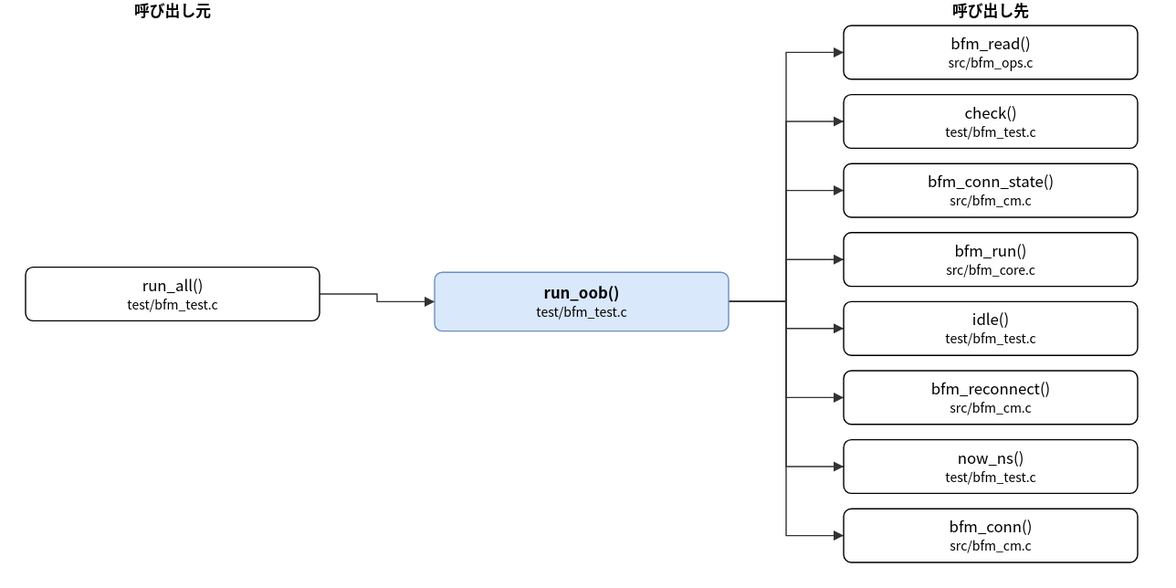
The draw.io diagram doc/spec/images/call_test_bfm_test-run_oob.drawio.svg in hf355051012-ai/bfmem, before a commit. Source tidied: cells renumbered, new cells last; positions are measured from the earlier drawing's top-left corner, leaving out a move shared by most shapes. Its diagram source:
```xml
<mxGraphModel>
  <root>
    <mxCell id="0" />
    <mxCell id="1" parent="0" />
    <mxCell id="2" value="run_oob()&lt;br&gt;&lt;font style=&quot;font-size:10px&quot;&gt;test/bfm_test.c&lt;/font&gt;" style="rounded=1;whiteSpace=wrap;html=1;fillColor=#dae8fc;strokeColor=#6c8ebf;fontStyle=1;" parent="1" vertex="1">
      <mxGeometry x="320" y="213" width="230" height="46" as="geometry" />
    </mxCell>
    <mxCell id="3" value="run_all()&lt;br&gt;&lt;font style=&quot;font-size:10px&quot;&gt;test/bfm_test.c&lt;/font&gt;" style="rounded=1;whiteSpace=wrap;html=1;" parent="1" vertex="1">
      <mxGeometry y="209" width="230" height="42" as="geometry" />
    </mxCell>
    <mxCell id="4" value="bfm_read()&lt;br&gt;&lt;font style=&quot;font-size:10px&quot;&gt;src/bfm_ops.c&lt;/font&gt;" style="rounded=1;whiteSpace=wrap;html=1;" parent="1" vertex="1">
      <mxGeometry x="640" y="20" width="230" height="42" as="geometry" />
    </mxCell>
    <mxCell id="5" value="check()&lt;br&gt;&lt;font style=&quot;font-size:10px&quot;&gt;test/bfm_test.c&lt;/font&gt;" style="rounded=1;whiteSpace=wrap;html=1;" parent="1" vertex="1">
      <mxGeometry x="640" y="74" width="230" height="42" as="geometry" />
    </mxCell>
    <mxCell id="6" value="bfm_conn_state()&lt;br&gt;&lt;font style=&quot;font-size:10px&quot;&gt;src/bfm_cm.c&lt;/font&gt;" style="rounded=1;whiteSpace=wrap;html=1;" parent="1" vertex="1">
      <mxGeometry x="640" y="128" width="230" height="42" as="geometry" />
    </mxCell>
    <mxCell id="7" value="bfm_run()&lt;br&gt;&lt;font style=&quot;font-size:10px&quot;&gt;src/bfm_core.c&lt;/font&gt;" style="rounded=1;whiteSpace=wrap;html=1;" parent="1" vertex="1">
      <mxGeometry x="640" y="182" width="230" height="42" as="geometry" />
    </mxCell>
    <mxCell id="8" value="idle()&lt;br&gt;&lt;font style=&quot;font-size:10px&quot;&gt;test/bfm_test.c&lt;/font&gt;" style="rounded=1;whiteSpace=wrap;html=1;" parent="1" vertex="1">
      <mxGeometry x="640" y="236" width="230" height="42" as="geometry" />
    </mxCell>
    <mxCell id="9" value="bfm_reconnect()&lt;br&gt;&lt;font style=&quot;font-size:10px&quot;&gt;src/bfm_cm.c&lt;/font&gt;" style="rounded=1;whiteSpace=wrap;html=1;" parent="1" vertex="1">
      <mxGeometry x="640" y="290" width="230" height="42" as="geometry" />
    </mxCell>
    <mxCell id="10" value="now_ns()&lt;br&gt;&lt;font style=&quot;font-size:10px&quot;&gt;test/bfm_test.c&lt;/font&gt;" style="rounded=1;whiteSpace=wrap;html=1;" parent="1" vertex="1">
      <mxGeometry x="640" y="344" width="230" height="42" as="geometry" />
    </mxCell>
    <mxCell id="11" value="bfm_conn()&lt;br&gt;&lt;font style=&quot;font-size:10px&quot;&gt;src/bfm_cm.c&lt;/font&gt;" style="rounded=1;whiteSpace=wrap;html=1;" parent="1" vertex="1">
      <mxGeometry x="640" y="398" width="230" height="42" as="geometry" />
    </mxCell>
    <mxCell id="12" style="edgeStyle=none;html=1;rounded=0;endArrow=block;endFill=1;exitX=1.0000;exitY=0.5000;exitDx=0;exitDy=0;exitPerimeter=0;entryX=0.0000;entryY=0.5000;entryDx=0;entryDy=0;entryPerimeter=0;" parent="1" edge="1" source="3" target="2">
      <mxGeometry relative="1" as="geometry">
        <Array as="points">
          <mxPoint x="275" y="230" />
          <mxPoint x="275" y="236" />
        </Array>
      </mxGeometry>
    </mxCell>
    <mxCell id="13" style="edgeStyle=none;html=1;rounded=0;endArrow=block;endFill=1;exitX=1.0000;exitY=0.5000;exitDx=0;exitDy=0;exitPerimeter=0;entryX=0.0000;entryY=0.5000;entryDx=0;entryDy=0;entryPerimeter=0;" parent="1" edge="1" source="2" target="4">
      <mxGeometry relative="1" as="geometry">
        <Array as="points">
          <mxPoint x="595" y="236" />
          <mxPoint x="595" y="41" />
        </Array>
      </mxGeometry>
    </mxCell>
    <mxCell id="14" style="edgeStyle=none;html=1;rounded=0;endArrow=block;endFill=1;exitX=1.0000;exitY=0.5000;exitDx=0;exitDy=0;exitPerimeter=0;entryX=0.0000;entryY=0.5000;entryDx=0;entryDy=0;entryPerimeter=0;" parent="1" edge="1" source="2" target="5">
      <mxGeometry relative="1" as="geometry">
        <Array as="points">
          <mxPoint x="595" y="236" />
          <mxPoint x="595" y="95" />
        </Array>
      </mxGeometry>
    </mxCell>
    <mxCell id="15" style="edgeStyle=none;html=1;rounded=0;endArrow=block;endFill=1;exitX=1.0000;exitY=0.5000;exitDx=0;exitDy=0;exitPerimeter=0;entryX=0.0000;entryY=0.5000;entryDx=0;entryDy=0;entryPerimeter=0;" parent="1" edge="1" source="2" target="6">
      <mxGeometry relative="1" as="geometry">
        <Array as="points">
          <mxPoint x="595" y="236" />
          <mxPoint x="595" y="149" />
        </Array>
      </mxGeometry>
    </mxCell>
    <mxCell id="16" style="edgeStyle=none;html=1;rounded=0;endArrow=block;endFill=1;exitX=1.0000;exitY=0.5000;exitDx=0;exitDy=0;exitPerimeter=0;entryX=0.0000;entryY=0.5000;entryDx=0;entryDy=0;entryPerimeter=0;" parent="1" edge="1" source="2" target="7">
      <mxGeometry relative="1" as="geometry">
        <Array as="points">
          <mxPoint x="595" y="236" />
          <mxPoint x="595" y="203" />
        </Array>
      </mxGeometry>
    </mxCell>
    <mxCell id="17" style="edgeStyle=none;html=1;rounded=0;endArrow=block;endFill=1;exitX=1.0000;exitY=0.5000;exitDx=0;exitDy=0;exitPerimeter=0;entryX=0.0000;entryY=0.5000;entryDx=0;entryDy=0;entryPerimeter=0;" parent="1" edge="1" source="2" target="8">
      <mxGeometry relative="1" as="geometry">
        <Array as="points">
          <mxPoint x="595" y="236" />
          <mxPoint x="595" y="257" />
        </Array>
      </mxGeometry>
    </mxCell>
    <mxCell id="18" style="edgeStyle=none;html=1;rounded=0;endArrow=block;endFill=1;exitX=1.0000;exitY=0.5000;exitDx=0;exitDy=0;exitPerimeter=0;entryX=0.0000;entryY=0.5000;entryDx=0;entryDy=0;entryPerimeter=0;" parent="1" edge="1" source="2" target="9">
      <mxGeometry relative="1" as="geometry">
        <Array as="points">
          <mxPoint x="595" y="236" />
          <mxPoint x="595" y="311" />
        </Array>
      </mxGeometry>
    </mxCell>
    <mxCell id="19" style="edgeStyle=none;html=1;rounded=0;endArrow=block;endFill=1;exitX=1.0000;exitY=0.5000;exitDx=0;exitDy=0;exitPerimeter=0;entryX=0.0000;entryY=0.5000;entryDx=0;entryDy=0;entryPerimeter=0;" parent="1" edge="1" source="2" target="10">
      <mxGeometry relative="1" as="geometry">
        <Array as="points">
          <mxPoint x="595" y="236" />
          <mxPoint x="595" y="365" />
        </Array>
      </mxGeometry>
    </mxCell>
    <mxCell id="20" style="edgeStyle=none;html=1;rounded=0;endArrow=block;endFill=1;exitX=1.0000;exitY=0.5000;exitDx=0;exitDy=0;exitPerimeter=0;entryX=0.0000;entryY=0.5000;entryDx=0;entryDy=0;entryPerimeter=0;" parent="1" edge="1" source="2" target="11">
      <mxGeometry relative="1" as="geometry">
        <Array as="points">
          <mxPoint x="595" y="236" />
          <mxPoint x="595" y="419" />
        </Array>
      </mxGeometry>
    </mxCell>
    <mxCell id="21" value="呼び出し元" style="text;html=1;align=center;fontStyle=1;" parent="1" vertex="1">
      <mxGeometry x="35" width="160" height="18" as="geometry" />
    </mxCell>
    <mxCell id="22" value="呼び出し先" style="text;html=1;align=center;fontStyle=1;" parent="1" vertex="1">
      <mxGeometry x="675" width="160" height="18" as="geometry" />
    </mxCell>
  </root>
</mxGraphModel>
```
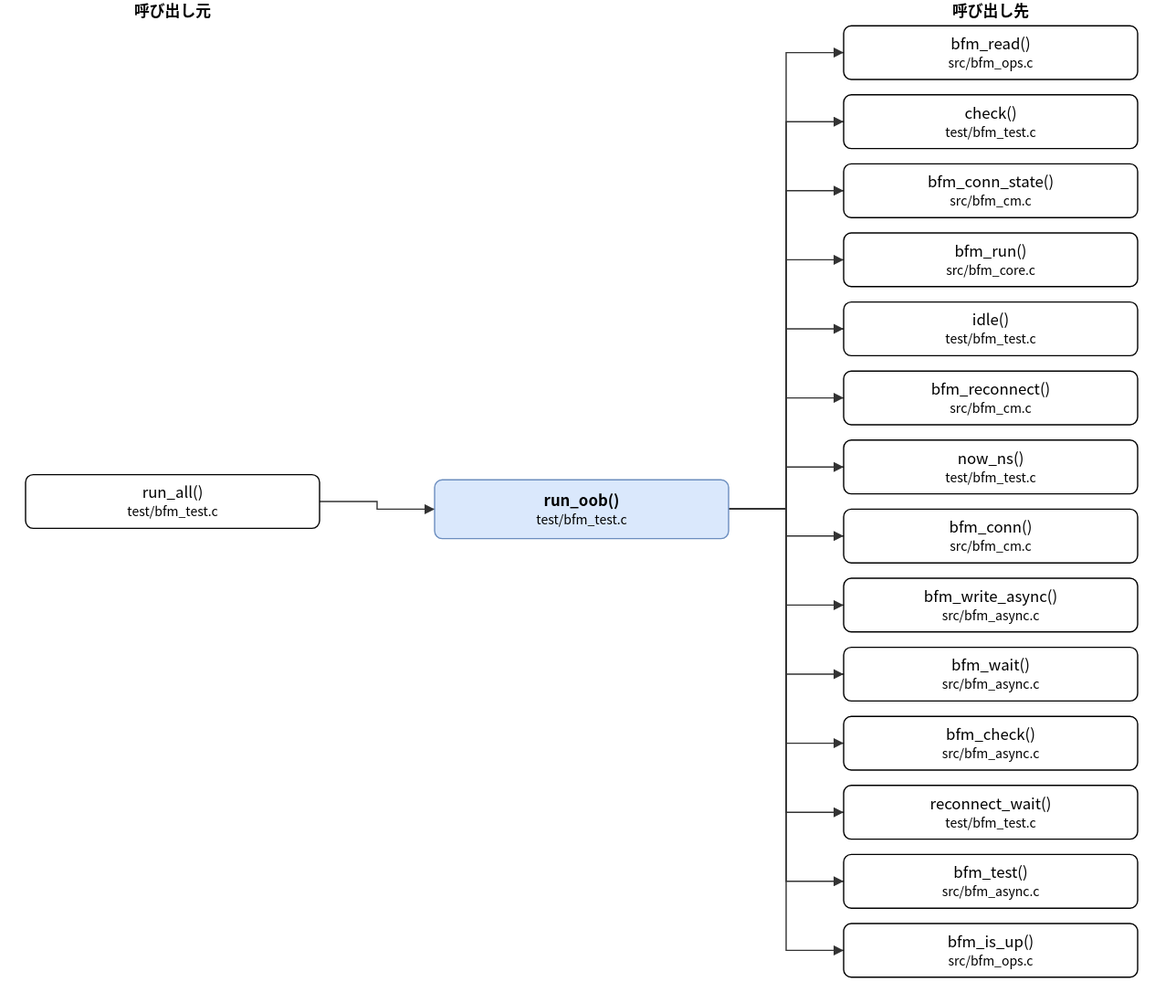
After the change.

The edit, as a diff of the source:
```diff
@@ -3,10 +3,10 @@
     <mxCell id="0" />
     <mxCell id="1" parent="0" />
     <mxCell id="2" value="run_oob()&lt;br&gt;&lt;font style=&quot;font-size:10px&quot;&gt;test/bfm_test.c&lt;/font&gt;" style="rounded=1;whiteSpace=wrap;html=1;fillColor=#dae8fc;strokeColor=#6c8ebf;fontStyle=1;" parent="1" vertex="1">
-      <mxGeometry x="320" y="213" width="230" height="46" as="geometry" />
+      <mxGeometry x="320" y="375" width="230" height="46" as="geometry" />
     </mxCell>
     <mxCell id="3" value="run_all()&lt;br&gt;&lt;font style=&quot;font-size:10px&quot;&gt;test/bfm_test.c&lt;/font&gt;" style="rounded=1;whiteSpace=wrap;html=1;" parent="1" vertex="1">
-      <mxGeometry y="209" width="230" height="42" as="geometry" />
+      <mxGeometry y="371" width="230" height="42" as="geometry" />
     </mxCell>
     <mxCell id="4" value="bfm_read()&lt;br&gt;&lt;font style=&quot;font-size:10px&quot;&gt;src/bfm_ops.c&lt;/font&gt;" style="rounded=1;whiteSpace=wrap;html=1;" parent="1" vertex="1">
       <mxGeometry x="640" y="20" width="230" height="42" as="geometry" />
@@ -32,18 +32,36 @@
     <mxCell id="11" value="bfm_conn()&lt;br&gt;&lt;font style=&quot;font-size:10px&quot;&gt;src/bfm_cm.c&lt;/font&gt;" style="rounded=1;whiteSpace=wrap;html=1;" parent="1" vertex="1">
       <mxGeometry x="640" y="398" width="230" height="42" as="geometry" />
     </mxCell>
+    <mxCell id="23" value="bfm_write_async()&lt;br&gt;&lt;font style=&quot;font-size:10px&quot;&gt;src/bfm_async.c&lt;/font&gt;" style="rounded=1;whiteSpace=wrap;html=1;" parent="1" vertex="1">
+      <mxGeometry x="640" y="452" width="230" height="42" as="geometry" />
+    </mxCell>
+    <mxCell id="24" value="bfm_wait()&lt;br&gt;&lt;font style=&quot;font-size:10px&quot;&gt;src/bfm_async.c&lt;/font&gt;" style="rounded=1;whiteSpace=wrap;html=1;" parent="1" vertex="1">
+      <mxGeometry x="640" y="506" width="230" height="42" as="geometry" />
+    </mxCell>
+    <mxCell id="25" value="bfm_check()&lt;br&gt;&lt;font style=&quot;font-size:10px&quot;&gt;src/bfm_async.c&lt;/font&gt;" style="rounded=1;whiteSpace=wrap;html=1;" parent="1" vertex="1">
+      <mxGeometry x="640" y="560" width="230" height="42" as="geometry" />
+    </mxCell>
+    <mxCell id="26" value="reconnect_wait()&lt;br&gt;&lt;font style=&quot;font-size:10px&quot;&gt;test/bfm_test.c&lt;/font&gt;" style="rounded=1;whiteSpace=wrap;html=1;" parent="1" vertex="1">
+      <mxGeometry x="640" y="614" width="230" height="42" as="geometry" />
+    </mxCell>
+    <mxCell id="27" value="bfm_test()&lt;br&gt;&lt;font style=&quot;font-size:10px&quot;&gt;src/bfm_async.c&lt;/font&gt;" style="rounded=1;whiteSpace=wrap;html=1;" parent="1" vertex="1">
+      <mxGeometry x="640" y="668" width="230" height="42" as="geometry" />
+    </mxCell>
+    <mxCell id="28" value="bfm_is_up()&lt;br&gt;&lt;font style=&quot;font-size:10px&quot;&gt;src/bfm_ops.c&lt;/font&gt;" style="rounded=1;whiteSpace=wrap;html=1;" parent="1" vertex="1">
+      <mxGeometry x="640" y="722" width="230" height="42" as="geometry" />
+    </mxCell>
     <mxCell id="12" style="edgeStyle=none;html=1;rounded=0;endArrow=block;endFill=1;exitX=1.0000;exitY=0.5000;exitDx=0;exitDy=0;exitPerimeter=0;entryX=0.0000;entryY=0.5000;entryDx=0;entryDy=0;entryPerimeter=0;" parent="1" edge="1" source="3" target="2">
       <mxGeometry relative="1" as="geometry">
         <Array as="points">
-          <mxPoint x="275" y="230" />
-          <mxPoint x="275" y="236" />
+          <mxPoint x="275" y="392" />
+          <mxPoint x="275" y="398" />
         </Array>
       </mxGeometry>
     </mxCell>
     <mxCell id="13" style="edgeStyle=none;html=1;rounded=0;endArrow=block;endFill=1;exitX=1.0000;exitY=0.5000;exitDx=0;exitDy=0;exitPerimeter=0;entryX=0.0000;entryY=0.5000;entryDx=0;entryDy=0;entryPerimeter=0;" parent="1" edge="1" source="2" target="4">
       <mxGeometry relative="1" as="geometry">
         <Array as="points">
-          <mxPoint x="595" y="236" />
+          <mxPoint x="595" y="398" />
           <mxPoint x="595" y="41" />
         </Array>
       </mxGeometry>
@@ -51,7 +69,7 @@
     <mxCell id="14" style="edgeStyle=none;html=1;rounded=0;endArrow=block;endFill=1;exitX=1.0000;exitY=0.5000;exitDx=0;exitDy=0;exitPerimeter=0;entryX=0.0000;entryY=0.5000;entryDx=0;entryDy=0;entryPerimeter=0;" parent="1" edge="1" source="2" target="5">
       <mxGeometry relative="1" as="geometry">
         <Array as="points">
-          <mxPoint x="595" y="236" />
+          <mxPoint x="595" y="398" />
           <mxPoint x="595" y="95" />
         </Array>
       </mxGeometry>
@@ -59,7 +77,7 @@
     <mxCell id="15" style="edgeStyle=none;html=1;rounded=0;endArrow=block;endFill=1;exitX=1.0000;exitY=0.5000;exitDx=0;exitDy=0;exitPerimeter=0;entryX=0.0000;entryY=0.5000;entryDx=0;entryDy=0;entryPerimeter=0;" parent="1" edge="1" source="2" target="6">
       <mxGeometry relative="1" as="geometry">
         <Array as="points">
-          <mxPoint x="595" y="236" />
+          <mxPoint x="595" y="398" />
           <mxPoint x="595" y="149" />
         </Array>
       </mxGeometry>
@@ -67,7 +85,7 @@
     <mxCell id="16" style="edgeStyle=none;html=1;rounded=0;endArrow=block;endFill=1;exitX=1.0000;exitY=0.5000;exitDx=0;exitDy=0;exitPerimeter=0;entryX=0.0000;entryY=0.5000;entryDx=0;entryDy=0;entryPerimeter=0;" parent="1" edge="1" source="2" target="7">
       <mxGeometry relative="1" as="geometry">
         <Array as="points">
-          <mxPoint x="595" y="236" />
+          <mxPoint x="595" y="398" />
           <mxPoint x="595" y="203" />
         </Array>
       </mxGeometry>
@@ -75,7 +93,7 @@
     <mxCell id="17" style="edgeStyle=none;html=1;rounded=0;endArrow=block;endFill=1;exitX=1.0000;exitY=0.5000;exitDx=0;exitDy=0;exitPerimeter=0;entryX=0.0000;entryY=0.5000;entryDx=0;entryDy=0;entryPerimeter=0;" parent="1" edge="1" source="2" target="8">
       <mxGeometry relative="1" as="geometry">
         <Array as="points">
-          <mxPoint x="595" y="236" />
+          <mxPoint x="595" y="398" />
           <mxPoint x="595" y="257" />
         </Array>
       </mxGeometry>
@@ -83,7 +101,7 @@
     <mxCell id="18" style="edgeStyle=none;html=1;rounded=0;endArrow=block;endFill=1;exitX=1.0000;exitY=0.5000;exitDx=0;exitDy=0;exitPerimeter=0;entryX=0.0000;entryY=0.5000;entryDx=0;entryDy=0;entryPerimeter=0;" parent="1" edge="1" source="2" target="9">
       <mxGeometry relative="1" as="geometry">
         <Array as="points">
-          <mxPoint x="595" y="236" />
+          <mxPoint x="595" y="398" />
           <mxPoint x="595" y="311" />
         </Array>
       </mxGeometry>
@@ -91,7 +109,7 @@
     <mxCell id="19" style="edgeStyle=none;html=1;rounded=0;endArrow=block;endFill=1;exitX=1.0000;exitY=0.5000;exitDx=0;exitDy=0;exitPerimeter=0;entryX=0.0000;entryY=0.5000;entryDx=0;entryDy=0;entryPerimeter=0;" parent="1" edge="1" source="2" target="10">
       <mxGeometry relative="1" as="geometry">
         <Array as="points">
-          <mxPoint x="595" y="236" />
+          <mxPoint x="595" y="398" />
           <mxPoint x="595" y="365" />
         </Array>
       </mxGeometry>
@@ -99,11 +117,59 @@
     <mxCell id="20" style="edgeStyle=none;html=1;rounded=0;endArrow=block;endFill=1;exitX=1.0000;exitY=0.5000;exitDx=0;exitDy=0;exitPerimeter=0;entryX=0.0000;entryY=0.5000;entryDx=0;entryDy=0;entryPerimeter=0;" parent="1" edge="1" source="2" target="11">
       <mxGeometry relative="1" as="geometry">
         <Array as="points">
-          <mxPoint x="595" y="236" />
+          <mxPoint x="595" y="398" />
           <mxPoint x="595" y="419" />
         </Array>
       </mxGeometry>
     </mxCell>
+    <mxCell id="29" style="edgeStyle=none;html=1;rounded=0;endArrow=block;endFill=1;exitX=1.0000;exitY=0.5000;exitDx=0;exitDy=0;exitPerimeter=0;entryX=0.0000;entryY=0.5000;entryDx=0;entryDy=0;entryPerimeter=0;" parent="1" edge="1" source="2" target="23">
+      <mxGeometry relative="1" as="geometry">
+        <Array as="points">
+          <mxPoint x="595" y="398" />
+          <mxPoint x="595" y="473" />
+        </Array>
+      </mxGeometry>
+    </mxCell>
+    <mxCell id="30" style="edgeStyle=none;html=1;rounded=0;endArrow=block;endFill=1;exitX=1.0000;exitY=0.5000;exitDx=0;exitDy=0;exitPerimeter=0;entryX=0.0000;entryY=0.5000;entryDx=0;entryDy=0;entryPerimeter=0;" parent="1" edge="1" source="2" target="24">
+      <mxGeometry relative="1" as="geometry">
+        <Array as="points">
+          <mxPoint x="595" y="398" />
+          <mxPoint x="595" y="527" />
+        </Array>
+      </mxGeometry>
+    </mxCell>
+    <mxCell id="31" style="edgeStyle=none;html=1;rounded=0;endArrow=block;endFill=1;exitX=1.0000;exitY=0.5000;exitDx=0;exitDy=0;exitPerimeter=0;entryX=0.0000;entryY=0.5000;entryDx=0;entryDy=0;entryPerimeter=0;" parent="1" edge="1" source="2" target="25">
+      <mxGeometry relative="1" as="geometry">
+        <Array as="points">
+          <mxPoint x="595" y="398" />
+          <mxPoint x="595" y="581" />
+        </Array>
+      </mxGeometry>
+    </mxCell>
+    <mxCell id="32" style="edgeStyle=none;html=1;rounded=0;endArrow=block;endFill=1;exitX=1.0000;exitY=0.5000;exitDx=0;exitDy=0;exitPerimeter=0;entryX=0.0000;entryY=0.5000;entryDx=0;entryDy=0;entryPerimeter=0;" parent="1" edge="1" source="2" target="26">
+      <mxGeometry relative="1" as="geometry">
+        <Array as="points">
+          <mxPoint x="595" y="398" />
+          <mxPoint x="595" y="635" />
+        </Array>
+      </mxGeometry>
+    </mxCell>
+    <mxCell id="33" style="edgeStyle=none;html=1;rounded=0;endArrow=block;endFill=1;exitX=1.0000;exitY=0.5000;exitDx=0;exitDy=0;exitPerimeter=0;entryX=0.0000;entryY=0.5000;entryDx=0;entryDy=0;entryPerimeter=0;" parent="1" edge="1" source="2" target="27">
+      <mxGeometry relative="1" as="geometry">
+        <Array as="points">
+          <mxPoint x="595" y="398" />
+          <mxPoint x="595" y="689" />
+        </Array>
+      </mxGeometry>
+    </mxCell>
+    <mxCell id="34" style="edgeStyle=none;html=1;rounded=0;endArrow=block;endFill=1;exitX=1.0000;exitY=0.5000;exitDx=0;exitDy=0;exitPerimeter=0;entryX=0.0000;entryY=0.5000;entryDx=0;entryDy=0;entryPerimeter=0;" parent="1" edge="1" source="2" target="28">
+      <mxGeometry relative="1" as="geometry">
+        <Array as="points">
+          <mxPoint x="595" y="398" />
+          <mxPoint x="595" y="743" />
+        </Array>
+      </mxGeometry>
+    </mxCell>
     <mxCell id="21" value="呼び出し元" style="text;html=1;align=center;fontStyle=1;" parent="1" vertex="1">
       <mxGeometry x="35" width="160" height="18" as="geometry" />
     </mxCell>
```
